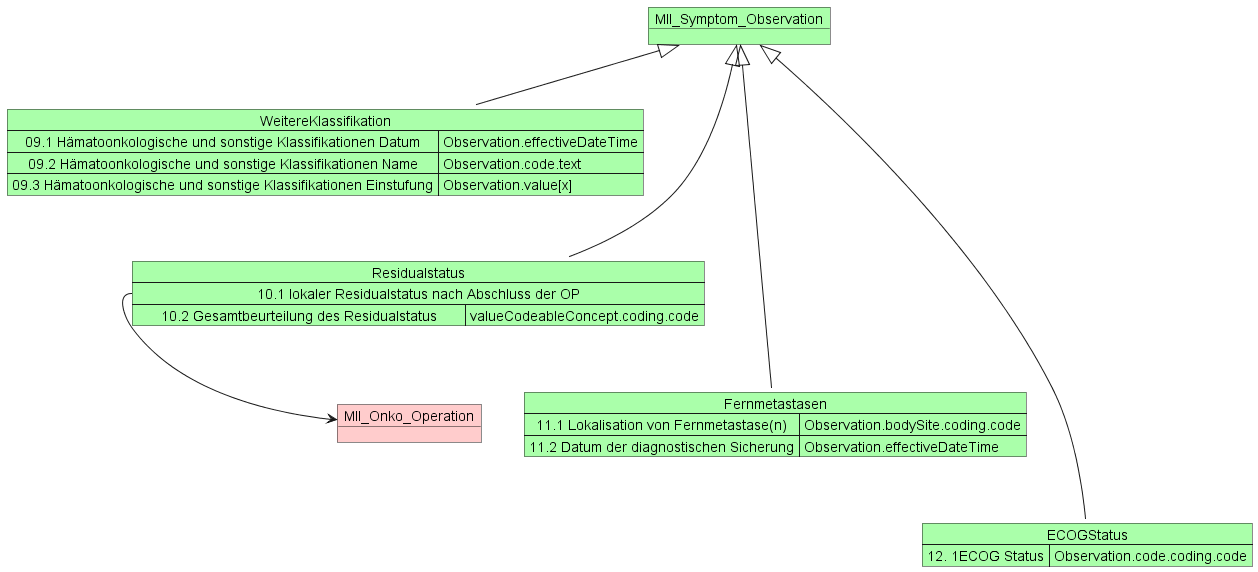
The PlantUML diagram information_model/MII_Onko_9-12_Observations.png in medizininformatik-initiative/kerndatensatzmodul-onkologie, before a commit. The source it was exported from:
```plantuml
@startuml MII KDS Erweiterungsmodul Onkologie
object MII_Symptom_Observation #AAFFAA
Map WeitereKlassifikation #AAFFAA {
 09.1 Hämatoonkologische und sonstige Klassifikationen Datum => Observation.effectiveDateTime
 09.2 Hämatoonkologische und sonstige Klassifikationen Name => Observation.code.text
 09.3 Hämatoonkologische und sonstige Klassifikationen Einstufung => Observation.value[x]
}
MII_Symptom_Observation <|-down- WeitereKlassifikation

object MII_Onko_Operation #FFCCCC

Map Residualstatus #AAFFAA{
    10.1 lokaler Residualstatus nach Abschluss der OP *--> MII_Onko_Operation
    10.2 Gesamtbeurteilung des Residualstatus => valueCodeableConcept.coding.code
}
MII_Symptom_Observation <|-down-- Residualstatus

Map Fernmetastasen #AAFFAA{
    11.1 Lokalisation von Fernmetastase(n)  => Observation.bodySite.coding.code
    11.2 Datum der diagnostischen Sicherung => Observation.effectiveDateTime

}
MII_Symptom_Observation <|-down--- Fernmetastasen


Map ECOGStatus #AAFFAA{
    12. 1ECOG Status => Observation.code.coding.code

}
MII_Symptom_Observation <|-down---- ECOGStatus

@enduml
```
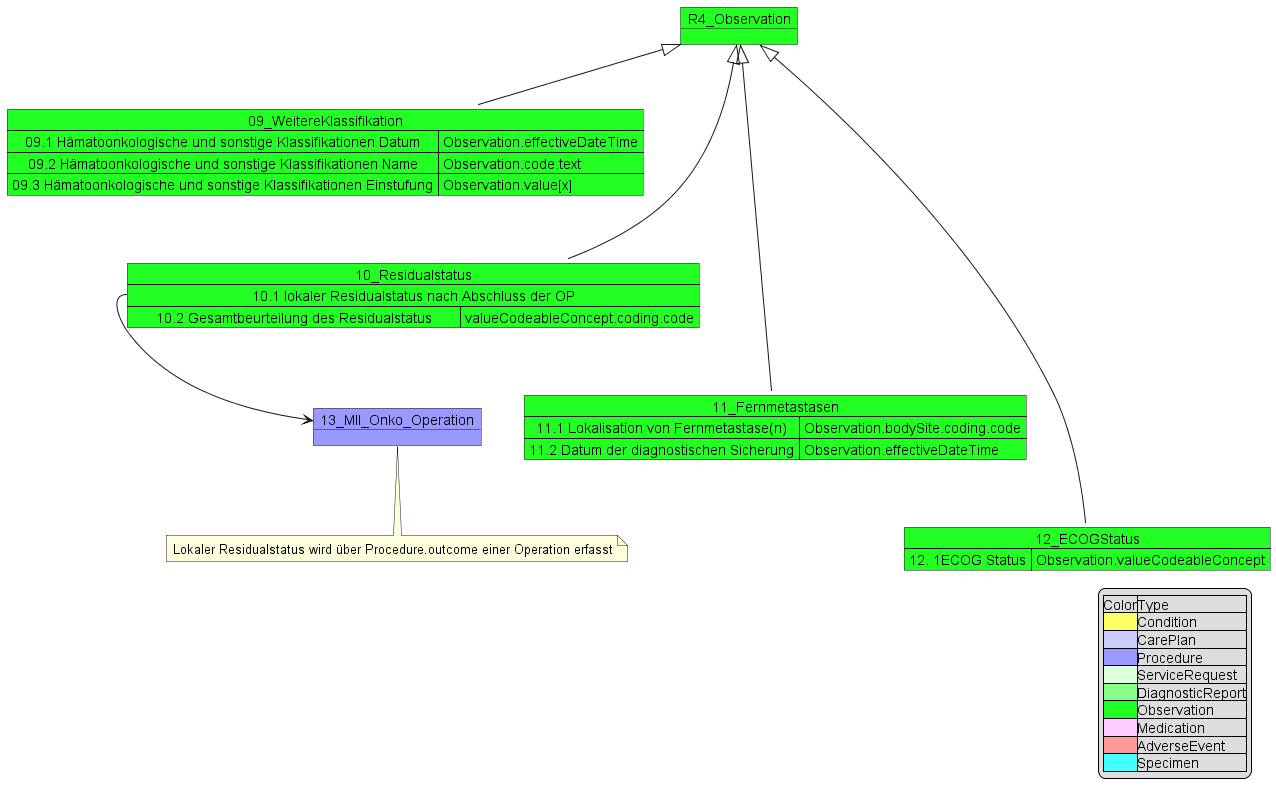
After the commit.

The edit, as a diff of the source:
```diff
@@ -1,32 +1,50 @@
-@startuml MII KDS Erweiterungsmodul Onkologie
-object MII_Symptom_Observation #AAFFAA
-Map WeitereKlassifikation #AAFFAA {
+@startuml MII_Onko_9-12_Observations
+object R4_Observation #22FF22
+Map 09_WeitereKlassifikation #22FF22 {
  09.1 Hämatoonkologische und sonstige Klassifikationen Datum => Observation.effectiveDateTime
  09.2 Hämatoonkologische und sonstige Klassifikationen Name => Observation.code.text
  09.3 Hämatoonkologische und sonstige Klassifikationen Einstufung => Observation.value[x]
 }
-MII_Symptom_Observation <|-down- WeitereKlassifikation
+R4_Observation <|-down- 09_WeitereKlassifikation
 
-object MII_Onko_Operation #FFCCCC
+object 13_MII_Onko_Operation #9999FF
+note bottom
+    Lokaler Residualstatus wird über Procedure.outcome einer Operation erfasst
+end note
 
-Map Residualstatus #AAFFAA{
-    10.1 lokaler Residualstatus nach Abschluss der OP *--> MII_Onko_Operation
+Map 10_Residualstatus #22FF22{
+    10.1 lokaler Residualstatus nach Abschluss der OP *--> 13_MII_Onko_Operation
     10.2 Gesamtbeurteilung des Residualstatus => valueCodeableConcept.coding.code
 }
-MII_Symptom_Observation <|-down-- Residualstatus
 
-Map Fernmetastasen #AAFFAA{
+R4_Observation <|-down-- 10_Residualstatus
+
+Map 11_Fernmetastasen #22FF22{
     11.1 Lokalisation von Fernmetastase(n)  => Observation.bodySite.coding.code
     11.2 Datum der diagnostischen Sicherung => Observation.effectiveDateTime
 
 }
-MII_Symptom_Observation <|-down--- Fernmetastasen
+R4_Observation <|-down--- 11_Fernmetastasen
 
 
-Map ECOGStatus #AAFFAA{
-    12. 1ECOG Status => Observation.code.coding.code
+Map 12_ECOGStatus #22FF22{
+    12. 1ECOG Status => Observation.valueCodeableConcept
 
 }
-MII_Symptom_Observation <|-down---- ECOGStatus
+R4_Observation <|-down---- 12_ECOGStatus
+
+legend right
+|Color|Type|
+|<#FFFF66>|Condition|
+|<#CCCCFF>|CarePlan|
+|<#9999FF>|Procedure|
+|<#DDFFDD>|ServiceRequest|
+|<#88FF88>|DiagnosticReport|
+|<#22FF22>|Observation|
+|<#FFCCFF>|Medication|
+|<#FF9999>|AdverseEvent|
+|<#44FFFF>|Specimen|
+endlegend
+
 
 @enduml
```
